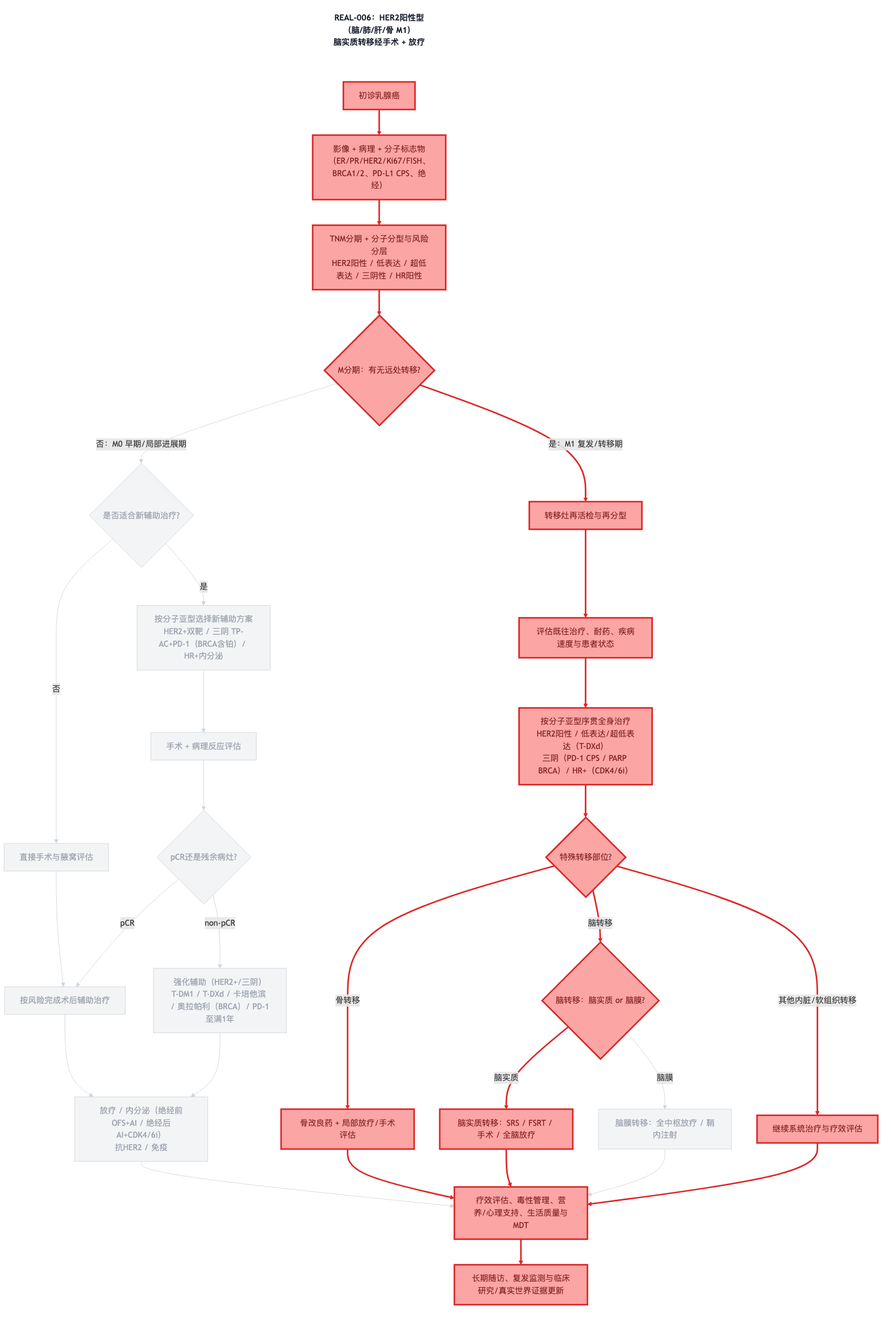
Above: diagrams/decision-chain-REAL-006.png in dongjb741280/breast-cancer (Mermaid), before the change. Its source is kept beside it as diagrams/decision-chain-REAL-006.mmd.
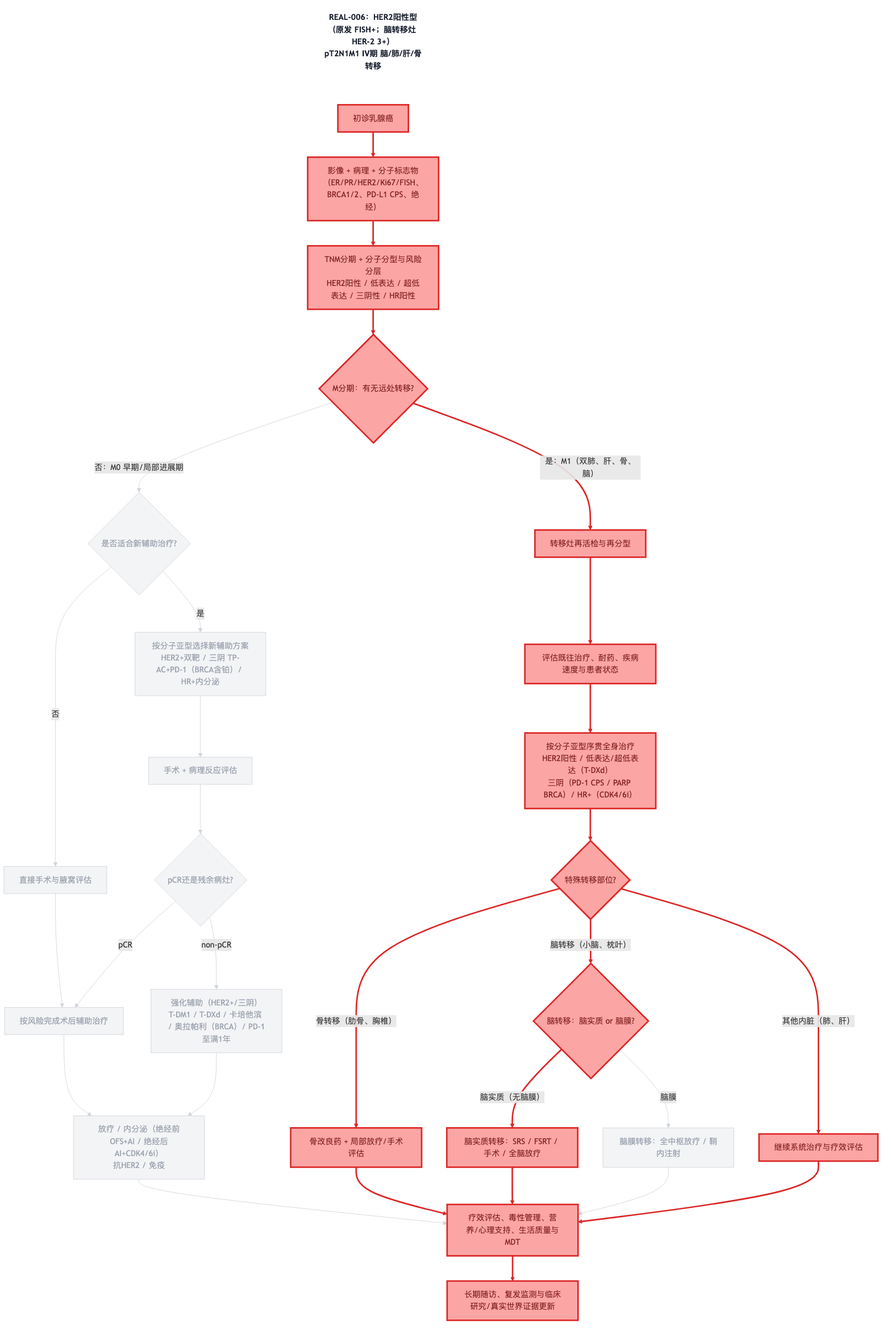
After the change.

What changed in the source:
```diff
@@ -1,5 +1,5 @@
 graph TD
-    TITLE["REAL-006：HER2阳性型（脑/肺/肝/骨 M1）<br/>脑实质转移经手术 + 放疗"]
+    TITLE["REAL-006：HER2阳性型（原发 FISH+；脑转移灶 HER-2 3+）<br/>pT2N1M1 Ⅳ期 脑/肺/肝/骨转移"]
     A[初诊乳腺癌]
     B[影像 + 病理 + 分子标志物<br/>（ER/PR/HER2/Ki67/FISH、BRCA1/2、PD-L1 CPS、绝经）]
     C[TNM分期 + 分子分型与风险分层<br/>HER2阳性 / 低表达 / 超低表达 / 三阴性 / HR阳性]
@@ -36,14 +36,14 @@
     I -->|non-pCR| K
     J --> L
     K --> L
-    D -->|是：M1 复发/转移期| M
+    D -->|是：M1（双肺、肝、骨、脑）| M
     M --> N
     N --> O
     O --> P
-    P -->|骨转移| Q
-    P -->|脑转移| R
-    P -->|其他内脏/软组织转移| S
-    R -->|脑实质| R1
+    P -->|骨转移（肋骨、胸椎）| Q
+    P -->|脑转移（小脑、枕叶）| R
+    P -->|其他内脏（肺、肝）| S
+    R -->|脑实质（无脑膜）| R1
     R -->|脑膜| R2
     L --> T
     Q --> T
```
